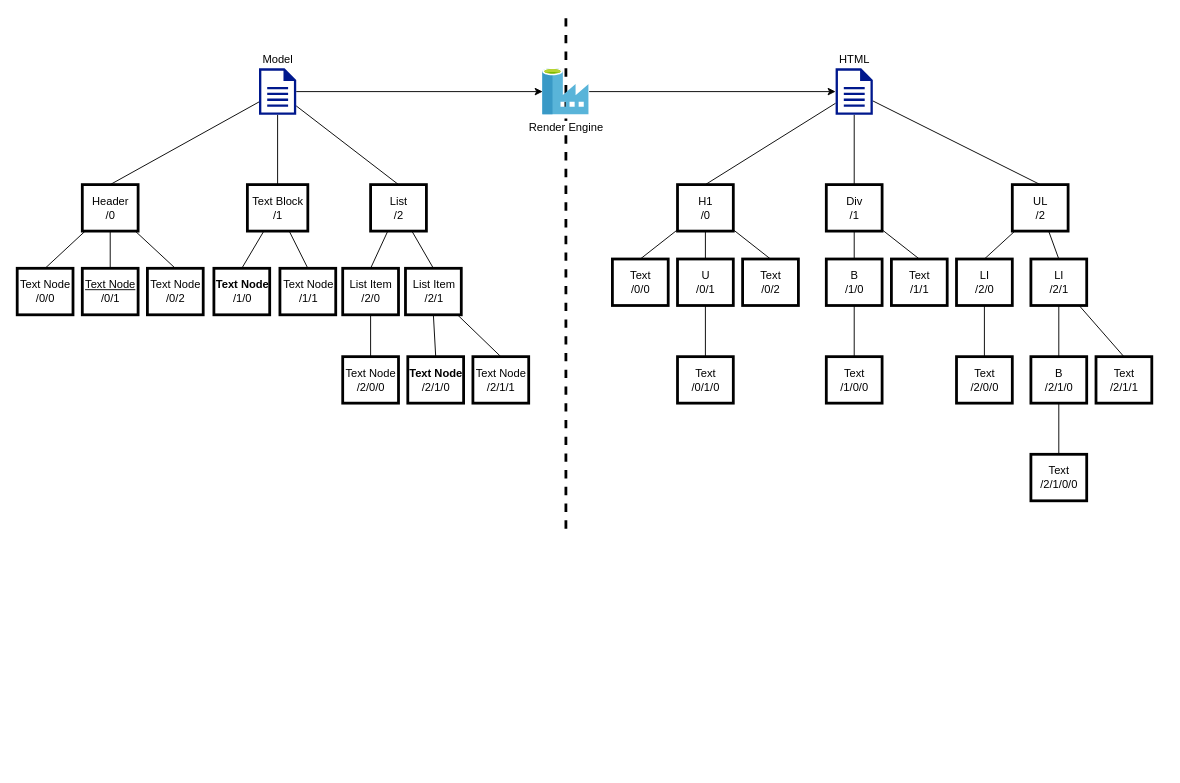
The draw.io diagram diagrams/RTE Model to HTML doc.drawio in jsross/rte, before the edit. Source tidied: cells renumbered, new cells numbered last; positions are measured from the earlier drawing's top-left corner, leaving out a move shared by most shapes. Both pictures are drawn from the tidied source at 93%, with x=0, y=0 at pixel (17, 17).
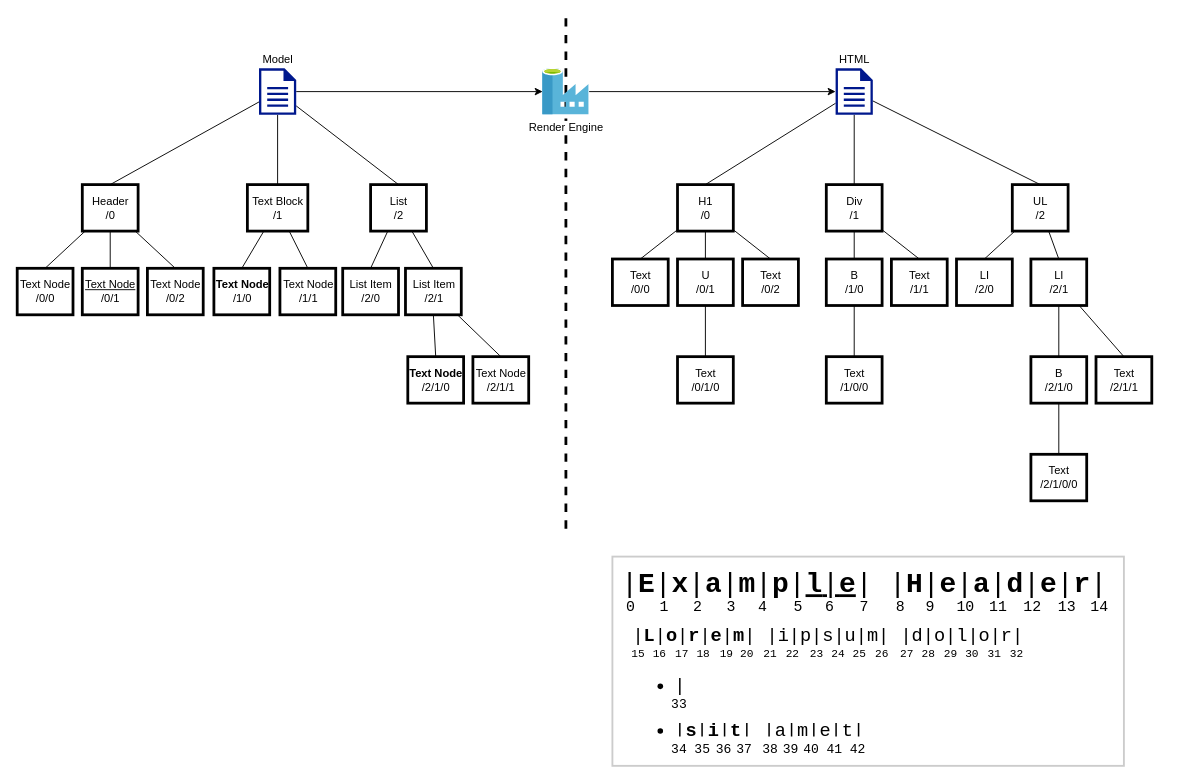
After the change.

The change refers to these unchanged cells:
```xml
<mxCell id="24" value="List Item&lt;br&gt;/2/0" style="html=1;strokeWidth=3;" parent="1" vertex="1">
  <mxGeometry x="350" y="270" width="60" height="50" as="geometry" />
</mxCell>
<mxCell id="55" value="LI&lt;br&gt;/2/0" style="html=1;strokeWidth=3;" parent="1" vertex="1">
  <mxGeometry x="1010" y="260" width="60" height="50" as="geometry" />
</mxCell>
```

Change to the diagram source:
```diff
@@
-    <mxCell id="23" style="edgeStyle=none;rounded=0;jettySize=auto;html=1;entryX=0.5;entryY=0;entryDx=0;entryDy=0;endArrow=none;endFill=0;" parent="1" edge="1" source="24" target="33">
-      <mxGeometry relative="1" as="geometry" />
-    </mxCell>
@@
-    <mxCell id="33" value="Text Node&lt;br&gt;/2/0/0" style="html=1;strokeWidth=3;align=center;" parent="1" vertex="1">
-      <mxGeometry x="350" y="365" width="60" height="50" as="geometry" />
-    </mxCell>
@@
-    <mxCell id="54" style="edgeStyle=none;rounded=0;jettySize=auto;html=1;entryX=0.5;entryY=0;entryDx=0;entryDy=0;endArrow=none;endFill=0;" parent="1" edge="1" source="55" target="61">
-      <mxGeometry relative="1" as="geometry" />
-    </mxCell>
@@
-    <mxCell id="61" value="Text&lt;br&gt;/2/0/0" style="html=1;strokeWidth=3;" parent="1" vertex="1">
-      <mxGeometry x="1010" y="365" width="60" height="50" as="geometry" />
-    </mxCell>
@@
+    <mxCell id="66" style="group;" parent="1" vertex="1">
+      <mxGeometry x="640" y="580" width="592.5" height="225" as="geometry" />
+    </mxCell>
+    <mxCell id="67" style="rounded=0;whiteSpace=wrap;html=1;strokeColor=#CCCCCC;strokeWidth=2;fontFamily=Courier New;fontSize=30;align=left;" parent="66" vertex="1">
+      <mxGeometry width="550" height="225" as="geometry" />
+    </mxCell>
+    <mxCell id="68" style="group;" parent="66" vertex="1">
+      <mxGeometry y="5" width="592.5" height="60" as="geometry" />
+    </mxCell>
+    <mxCell id="69" value="&lt;font style=&quot;font-size: 30px&quot;&gt;|&lt;b&gt;E&lt;/b&gt;|&lt;b&gt;x&lt;/b&gt;|&lt;b&gt;a&lt;/b&gt;|&lt;b&gt;m&lt;/b&gt;|&lt;b&gt;p&lt;/b&gt;|&lt;u style=&quot;font-size: 30px&quot;&gt;&lt;b&gt;l&lt;/b&gt;|&lt;b&gt;e&lt;/b&gt;&lt;/u&gt;| |&lt;b&gt;H&lt;/b&gt;|&lt;b&gt;e&lt;/b&gt;|&lt;b&gt;a&lt;/b&gt;|&lt;b&gt;d&lt;/b&gt;|&lt;b&gt;e&lt;/b&gt;|&lt;b&gt;r&lt;/b&gt;|&lt;/font&gt;" style="html=1;shadow=0;dashed=0;shape=mxgraph.bootstrap.anchor;fontSize=30;align=left;whiteSpace=wrap;fontFamily=Courier New;" parent="68" vertex="1">
+      <mxGeometry x="7.5" width="585" height="50" as="geometry" />
+    </mxCell>
+    <mxCell id="70" value="0" style="text;html=1;strokeColor=none;fillColor=none;align=center;verticalAlign=middle;whiteSpace=wrap;rounded=0;fontFamily=Courier New;fontSize=16;" parent="68" vertex="1">
+      <mxGeometry y="40" width="40" height="20" as="geometry" />
+    </mxCell>
+    <mxCell id="71" value="1" style="text;html=1;strokeColor=none;fillColor=none;align=center;verticalAlign=middle;whiteSpace=wrap;rounded=0;fontFamily=Courier New;fontSize=16;" parent="68" vertex="1">
+      <mxGeometry x="36" y="40" width="40" height="20" as="geometry" />
+    </mxCell>
+    <mxCell id="72" value="2" style="text;html=1;strokeColor=none;fillColor=none;align=center;verticalAlign=middle;whiteSpace=wrap;rounded=0;fontFamily=Courier New;fontSize=16;" parent="68" vertex="1">
+      <mxGeometry x="72" y="40" width="40" height="20" as="geometry" />
+    </mxCell>
+    <mxCell id="73" value="3" style="text;html=1;strokeColor=none;fillColor=none;align=center;verticalAlign=middle;whiteSpace=wrap;rounded=0;fontFamily=Courier New;fontSize=16;" parent="68" vertex="1">
+      <mxGeometry x="108" y="40" width="40" height="20" as="geometry" />
+    </mxCell>
+    <mxCell id="74" value="4" style="text;html=1;strokeColor=none;fillColor=none;align=center;verticalAlign=middle;whiteSpace=wrap;rounded=0;fontFamily=Courier New;fontSize=16;" parent="68" vertex="1">
+      <mxGeometry x="142" y="40" width="40" height="20" as="geometry" />
+    </mxCell>
+    <mxCell id="75" value="5" style="text;html=1;strokeColor=none;fillColor=none;align=center;verticalAlign=middle;whiteSpace=wrap;rounded=0;fontFamily=Courier New;fontSize=16;" parent="68" vertex="1">
+      <mxGeometry x="180" y="40" width="40" height="20" as="geometry" />
+    </mxCell>
+    <mxCell id="76" value="6" style="text;html=1;strokeColor=none;fillColor=none;align=center;verticalAlign=middle;whiteSpace=wrap;rounded=0;fontFamily=Courier New;fontSize=16;" parent="68" vertex="1">
+      <mxGeometry x="214" y="40" width="40" height="20" as="geometry" />
+    </mxCell>
+    <mxCell id="77" value="7" style="text;html=1;strokeColor=none;fillColor=none;align=center;verticalAlign=middle;whiteSpace=wrap;rounded=0;fontFamily=Courier New;fontSize=16;" parent="68" vertex="1">
+      <mxGeometry x="251" y="40" width="40" height="20" as="geometry" />
+    </mxCell>
+    <mxCell id="78" value="8" style="text;html=1;strokeColor=none;fillColor=none;align=center;verticalAlign=middle;whiteSpace=wrap;rounded=0;fontFamily=Courier New;fontSize=16;" parent="68" vertex="1">
+      <mxGeometry x="290" y="40" width="40" height="20" as="geometry" />
+    </mxCell>
+    <mxCell id="79" value="9" style="text;html=1;strokeColor=none;fillColor=none;align=center;verticalAlign=middle;whiteSpace=wrap;rounded=0;fontFamily=Courier New;fontSize=16;" parent="68" vertex="1">
+      <mxGeometry x="322" y="40" width="40" height="20" as="geometry" />
+    </mxCell>
+    <mxCell id="80" value="10" style="text;html=1;strokeColor=none;fillColor=none;align=center;verticalAlign=middle;whiteSpace=wrap;rounded=0;fontFamily=Courier New;fontSize=16;" parent="68" vertex="1">
+      <mxGeometry x="360" y="40" width="40" height="20" as="geometry" />
+    </mxCell>
+    <mxCell id="81" value="11" style="text;html=1;strokeColor=none;fillColor=none;align=center;verticalAlign=middle;whiteSpace=wrap;rounded=0;fontFamily=Courier New;fontSize=16;" parent="68" vertex="1">
+      <mxGeometry x="395" y="40" width="40" height="20" as="geometry" />
+    </mxCell>
+    <mxCell id="82" value="12" style="text;html=1;strokeColor=none;fillColor=none;align=center;verticalAlign=middle;whiteSpace=wrap;rounded=0;fontFamily=Courier New;fontSize=16;" parent="68" vertex="1">
+      <mxGeometry x="432" y="40" width="40" height="20" as="geometry" />
+    </mxCell>
+    <mxCell id="83" value="13" style="text;html=1;strokeColor=none;fillColor=none;align=center;verticalAlign=middle;whiteSpace=wrap;rounded=0;fontFamily=Courier New;fontSize=16;" parent="68" vertex="1">
+      <mxGeometry x="469" y="40" width="40" height="20" as="geometry" />
+    </mxCell>
+    <mxCell id="84" value="14" style="text;html=1;strokeColor=none;fillColor=none;align=center;verticalAlign=middle;whiteSpace=wrap;rounded=0;fontFamily=Courier New;fontSize=16;" parent="68" vertex="1">
+      <mxGeometry x="504" y="40" width="40" height="20" as="geometry" />
+    </mxCell>
+    <mxCell id="85" style="group;" parent="66" vertex="1">
+      <mxGeometry x="7.5" y="75" width="472.5" height="40" as="geometry" />
+    </mxCell>
+    <mxCell id="86" value="&lt;span style=&quot;text-align: justify ; background-color: rgb(255 , 255 , 255)&quot;&gt;|&lt;b&gt;L&lt;/b&gt;|&lt;b&gt;o&lt;/b&gt;|&lt;b&gt;r&lt;/b&gt;|&lt;b&gt;e&lt;/b&gt;|&lt;b&gt;m&lt;/b&gt;| |i|p|s|u|m| |d|o|l|o|r|&lt;/span&gt;" style="text;html=1;strokeColor=none;fillColor=none;align=left;verticalAlign=middle;whiteSpace=wrap;rounded=0;fontFamily=Courier New;fontSize=20;" parent="85" vertex="1">
+      <mxGeometry x="12.5" width="460" height="20" as="geometry" />
+    </mxCell>
+    <mxCell id="87" value="15" style="text;html=1;strokeColor=none;fillColor=none;align=center;verticalAlign=middle;whiteSpace=wrap;rounded=0;fontFamily=Courier New;fontSize=12;" parent="85" vertex="1">
+      <mxGeometry y="20" width="40" height="20" as="geometry" />
+    </mxCell>
+    <mxCell id="88" value="16" style="text;html=1;strokeColor=none;fillColor=none;align=center;verticalAlign=middle;whiteSpace=wrap;rounded=0;fontFamily=Courier New;fontSize=12;" parent="85" vertex="1">
+      <mxGeometry x="23.5" y="20" width="40" height="20" as="geometry" />
+    </mxCell>
+    <mxCell id="89" value="17" style="text;html=1;strokeColor=none;fillColor=none;align=center;verticalAlign=middle;whiteSpace=wrap;rounded=0;fontFamily=Courier New;fontSize=12;" parent="85" vertex="1">
+      <mxGeometry x="47.5" y="20" width="40" height="20" as="geometry" />
+    </mxCell>
+    <mxCell id="90" value="18" style="text;html=1;strokeColor=none;fillColor=none;align=center;verticalAlign=middle;whiteSpace=wrap;rounded=0;fontFamily=Courier New;fontSize=12;" parent="85" vertex="1">
+      <mxGeometry x="70.5" y="20" width="40" height="20" as="geometry" />
+    </mxCell>
+    <mxCell id="91" value="19" style="text;html=1;strokeColor=none;fillColor=none;align=center;verticalAlign=middle;whiteSpace=wrap;rounded=0;fontFamily=Courier New;fontSize=12;" parent="85" vertex="1">
+      <mxGeometry x="95.5" y="20" width="40" height="20" as="geometry" />
+    </mxCell>
+    <mxCell id="92" value="20" style="text;html=1;strokeColor=none;fillColor=none;align=center;verticalAlign=middle;whiteSpace=wrap;rounded=0;fontFamily=Courier New;fontSize=12;" parent="85" vertex="1">
+      <mxGeometry x="117.5" y="20" width="40" height="20" as="geometry" />
+    </mxCell>
+    <mxCell id="93" value="21" style="text;html=1;strokeColor=none;fillColor=none;align=center;verticalAlign=middle;whiteSpace=wrap;rounded=0;fontFamily=Courier New;fontSize=12;" parent="85" vertex="1">
+      <mxGeometry x="142.5" y="20" width="40" height="20" as="geometry" />
+    </mxCell>
+    <mxCell id="94" value="22" style="text;html=1;strokeColor=none;fillColor=none;align=center;verticalAlign=middle;whiteSpace=wrap;rounded=0;fontFamily=Courier New;fontSize=12;" parent="85" vertex="1">
+      <mxGeometry x="166.5" y="20" width="40" height="20" as="geometry" />
+    </mxCell>
+    <mxCell id="95" value="23" style="text;html=1;strokeColor=none;fillColor=none;align=center;verticalAlign=middle;whiteSpace=wrap;rounded=0;fontFamily=Courier New;fontSize=12;" parent="85" vertex="1">
+      <mxGeometry x="192.5" y="20" width="40" height="20" as="geometry" />
+    </mxCell>
+    <mxCell id="96" value="24" style="text;html=1;strokeColor=none;fillColor=none;align=center;verticalAlign=middle;whiteSpace=wrap;rounded=0;fontFamily=Courier New;fontSize=12;" parent="85" vertex="1">
+      <mxGeometry x="215.5" y="20" width="40" height="20" as="geometry" />
+    </mxCell>
+    <mxCell id="97" value="25" style="text;html=1;strokeColor=none;fillColor=none;align=center;verticalAlign=middle;whiteSpace=wrap;rounded=0;fontFamily=Courier New;fontSize=12;" parent="85" vertex="1">
+      <mxGeometry x="238.5" y="20" width="40" height="20" as="geometry" />
+    </mxCell>
+    <mxCell id="98" value="26" style="text;html=1;strokeColor=none;fillColor=none;align=center;verticalAlign=middle;whiteSpace=wrap;rounded=0;fontFamily=Courier New;fontSize=12;" parent="85" vertex="1">
+      <mxGeometry x="262.5" y="20" width="40" height="20" as="geometry" />
+    </mxCell>
+    <mxCell id="99" value="27" style="text;html=1;strokeColor=none;fillColor=none;align=center;verticalAlign=middle;whiteSpace=wrap;rounded=0;fontFamily=Courier New;fontSize=12;" parent="85" vertex="1">
+      <mxGeometry x="289.5" y="20" width="40" height="20" as="geometry" />
+    </mxCell>
+    <mxCell id="100" value="28" style="text;html=1;strokeColor=none;fillColor=none;align=center;verticalAlign=middle;whiteSpace=wrap;rounded=0;fontFamily=Courier New;fontSize=12;" parent="85" vertex="1">
+      <mxGeometry x="312.5" y="20" width="40" height="20" as="geometry" />
+    </mxCell>
+    <mxCell id="101" value="29" style="text;html=1;strokeColor=none;fillColor=none;align=center;verticalAlign=middle;whiteSpace=wrap;rounded=0;fontFamily=Courier New;fontSize=12;" parent="85" vertex="1">
+      <mxGeometry x="336.5" y="20" width="40" height="20" as="geometry" />
+    </mxCell>
+    <mxCell id="102" value="30" style="text;html=1;strokeColor=none;fillColor=none;align=center;verticalAlign=middle;whiteSpace=wrap;rounded=0;fontFamily=Courier New;fontSize=12;" parent="85" vertex="1">
+      <mxGeometry x="359.5" y="20" width="40" height="20" as="geometry" />
+    </mxCell>
+    <mxCell id="103" value="31" style="text;html=1;strokeColor=none;fillColor=none;align=center;verticalAlign=middle;whiteSpace=wrap;rounded=0;fontFamily=Courier New;fontSize=12;" parent="85" vertex="1">
+      <mxGeometry x="383.5" y="20" width="40" height="20" as="geometry" />
+    </mxCell>
+    <mxCell id="104" value="32" style="text;html=1;strokeColor=none;fillColor=none;align=center;verticalAlign=middle;whiteSpace=wrap;rounded=0;fontFamily=Courier New;fontSize=12;" parent="85" vertex="1">
+      <mxGeometry x="407.5" y="20" width="40" height="20" as="geometry" />
+    </mxCell>
+    <mxCell id="105" style="group;" parent="66" vertex="1">
+      <mxGeometry x="25" y="105" width="370" height="113" as="geometry" />
+    </mxCell>
+    <mxCell id="106" style="group;" parent="105" vertex="1">
+      <mxGeometry width="370" height="113" as="geometry" />
+    </mxCell>
+    <mxCell id="107" value="&lt;ul&gt;&lt;li&gt;|&lt;br&gt;&lt;br&gt;&lt;/li&gt;&lt;li&gt;&lt;span style=&quot;text-align: justify ; background-color: rgb(255 , 255 , 255)&quot;&gt;|&lt;b&gt;s&lt;/b&gt;|&lt;b&gt;i&lt;/b&gt;|&lt;b&gt;t&lt;/b&gt;| |a|m|e|t|&lt;/span&gt;&lt;br&gt;&lt;/li&gt;&lt;/ul&gt;" style="text;strokeColor=none;fillColor=none;html=1;whiteSpace=wrap;verticalAlign=middle;overflow=hidden;fontFamily=Courier New;fontSize=20;align=left;" parent="106" vertex="1">
+      <mxGeometry width="370" height="90" as="geometry" />
+    </mxCell>
+    <mxCell id="108" value="33" style="text;html=1;strokeColor=none;fillColor=none;align=center;verticalAlign=middle;whiteSpace=wrap;rounded=0;fontFamily=Courier New;fontSize=14;" parent="106" vertex="1">
+      <mxGeometry x="27" y="44" width="40" height="20" as="geometry" />
+    </mxCell>
+    <mxCell id="109" value="34" style="text;html=1;strokeColor=none;fillColor=none;align=center;verticalAlign=middle;whiteSpace=wrap;rounded=0;fontFamily=Courier New;fontSize=14;" parent="106" vertex="1">
+      <mxGeometry x="27" y="93" width="40" height="20" as="geometry" />
+    </mxCell>
+    <mxCell id="110" value="35" style="text;html=1;strokeColor=none;fillColor=none;align=center;verticalAlign=middle;whiteSpace=wrap;rounded=0;fontFamily=Courier New;fontSize=14;" parent="106" vertex="1">
+      <mxGeometry x="52" y="93" width="40" height="20" as="geometry" />
+    </mxCell>
+    <mxCell id="111" value="36" style="text;html=1;strokeColor=none;fillColor=none;align=center;verticalAlign=middle;whiteSpace=wrap;rounded=0;fontFamily=Courier New;fontSize=14;" parent="106" vertex="1">
+      <mxGeometry x="75" y="93" width="40" height="20" as="geometry" />
+    </mxCell>
+    <mxCell id="112" value="37" style="text;html=1;strokeColor=none;fillColor=none;align=center;verticalAlign=middle;whiteSpace=wrap;rounded=0;fontFamily=Courier New;fontSize=14;" parent="106" vertex="1">
+      <mxGeometry x="97" y="93" width="40" height="20" as="geometry" />
+    </mxCell>
+    <mxCell id="113" value="38" style="text;html=1;strokeColor=none;fillColor=none;align=center;verticalAlign=middle;whiteSpace=wrap;rounded=0;fontFamily=Courier New;fontSize=14;" parent="106" vertex="1">
+      <mxGeometry x="125" y="93" width="40" height="20" as="geometry" />
+    </mxCell>
+    <mxCell id="114" value="39" style="text;html=1;strokeColor=none;fillColor=none;align=center;verticalAlign=middle;whiteSpace=wrap;rounded=0;fontFamily=Courier New;fontSize=14;" parent="106" vertex="1">
+      <mxGeometry x="147" y="93" width="40" height="20" as="geometry" />
+    </mxCell>
+    <mxCell id="115" value="40" style="text;html=1;strokeColor=none;fillColor=none;align=center;verticalAlign=middle;whiteSpace=wrap;rounded=0;fontFamily=Courier New;fontSize=14;" parent="106" vertex="1">
+      <mxGeometry x="169" y="93" width="40" height="20" as="geometry" />
+    </mxCell>
+    <mxCell id="116" value="41" style="text;html=1;strokeColor=none;fillColor=none;align=center;verticalAlign=middle;whiteSpace=wrap;rounded=0;fontFamily=Courier New;fontSize=14;" parent="106" vertex="1">
+      <mxGeometry x="194" y="93" width="40" height="20" as="geometry" />
+    </mxCell>
+    <mxCell id="117" value="42" style="text;html=1;strokeColor=none;fillColor=none;align=center;verticalAlign=middle;whiteSpace=wrap;rounded=0;fontFamily=Courier New;fontSize=14;" parent="106" vertex="1">
+      <mxGeometry x="219" y="93" width="40" height="20" as="geometry" />
+    </mxCell>
```
